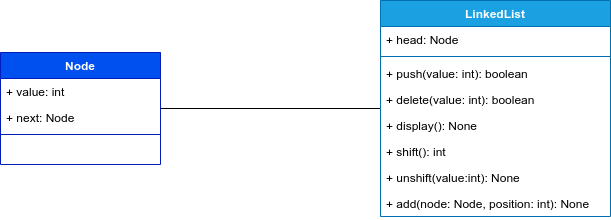
Above: diagram.drawio.png in pabloperezmartinez/python_linked_list (draw.io), before the change. Source tidied: cells renumbered, new cells last; positions are measured from the earlier drawing's top-left corner, leaving out a move shared by most shapes.
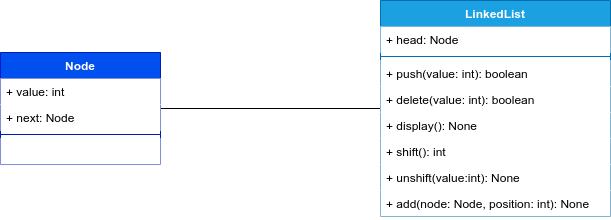
The same diagram one commit later.

Commit message:
Se colorea diagrama para mostrar mejor en modo oscuro

Change to the diagram source:
```diff
@@ -5,46 +5,46 @@
     <mxCell id="2" style="edgeStyle=none;html=1;endArrow=none;endFill=0;" parent="1" edge="1" source="3" target="8">
       <mxGeometry relative="1" as="geometry" />
     </mxCell>
-    <mxCell id="3" value="Node" style="swimlane;fontStyle=1;align=center;verticalAlign=top;horizontal=1;startSize=26;fillColor=#0050ef;fontColor=#ffffff;strokeColor=#001DBC;" parent="1" vertex="1">
+    <mxCell id="3" value="Node" style="swimlane;fontStyle=1;align=center;verticalAlign=top;horizontal=1;startSize=26;fillColor=#0050ef;fontColor=#ffffff;strokeColor=#001DBC;gradientColor=none;" parent="1" vertex="1">
       <mxGeometry y="52" width="160" height="112" as="geometry" />
     </mxCell>
-    <mxCell id="4" value="+ value: int" style="text;strokeColor=none;fillColor=none;align=left;verticalAlign=top;spacingLeft=4;spacingRight=4;overflow=hidden;" parent="3" vertex="1">
+    <mxCell id="4" value="+ value: int" style="text;strokeColor=none;fillColor=#FFFFFF;align=left;verticalAlign=top;spacingLeft=4;spacingRight=4;overflow=hidden;fontColor=#000;" parent="3" vertex="1">
       <mxGeometry y="26" width="160" height="26" as="geometry" />
     </mxCell>
-    <mxCell id="5" value="+ next: Node" style="text;strokeColor=none;fillColor=none;align=left;verticalAlign=top;spacingLeft=4;spacingRight=4;overflow=hidden;" parent="3" vertex="1">
+    <mxCell id="5" value="+ next: Node" style="text;strokeColor=none;fillColor=#FFFFFF;align=left;verticalAlign=top;spacingLeft=4;spacingRight=4;overflow=hidden;fontColor=#000;" parent="3" vertex="1">
       <mxGeometry y="52" width="160" height="26" as="geometry" />
     </mxCell>
     <mxCell id="6" style="line;strokeWidth=1;fillColor=none;align=left;verticalAlign=middle;spacingTop=-1;spacingLeft=3;spacingRight=3;labelPosition=right;strokeColor=inherit;" parent="3" vertex="1">
       <mxGeometry y="78" width="160" height="8" as="geometry" />
     </mxCell>
-    <mxCell id="7" value="   " style="text;strokeColor=none;fillColor=none;align=left;verticalAlign=top;spacingLeft=4;spacingRight=4;overflow=hidden;" parent="3" vertex="1">
+    <mxCell id="7" value="   " style="text;strokeColor=none;fillColor=#FFFFFF;align=left;verticalAlign=top;spacingLeft=4;spacingRight=4;overflow=hidden;" parent="3" vertex="1">
       <mxGeometry y="86" width="160" height="26" as="geometry" />
     </mxCell>
     <mxCell id="8" value="LinkedList" style="swimlane;fontStyle=1;align=center;verticalAlign=top;horizontal=1;startSize=26;fillColor=#1ba1e2;fontColor=#ffffff;strokeColor=#006EAF;" parent="1" vertex="1">
       <mxGeometry x="380" width="230" height="216" as="geometry" />
     </mxCell>
-    <mxCell id="9" value="+ head: Node" style="text;strokeColor=none;fillColor=none;align=left;verticalAlign=top;spacingLeft=4;spacingRight=4;overflow=hidden;" parent="8" vertex="1">
+    <mxCell id="9" value="+ head: Node" style="text;strokeColor=none;fillColor=#FFFFFF;align=left;verticalAlign=top;spacingLeft=4;spacingRight=4;overflow=hidden;fontColor=#000000;" parent="8" vertex="1">
       <mxGeometry y="26" width="230" height="26" as="geometry" />
     </mxCell>
     <mxCell id="10" style="line;strokeWidth=1;fillColor=none;align=left;verticalAlign=middle;spacingTop=-1;spacingLeft=3;spacingRight=3;labelPosition=right;strokeColor=inherit;" parent="8" vertex="1">
       <mxGeometry y="52" width="230" height="8" as="geometry" />
     </mxCell>
-    <mxCell id="11" value="+ push(value: int): boolean" style="text;strokeColor=none;fillColor=none;align=left;verticalAlign=top;spacingLeft=4;spacingRight=4;overflow=hidden;" parent="8" vertex="1">
+    <mxCell id="11" value="+ push(value: int): boolean" style="text;strokeColor=none;fillColor=#FFFFFF;align=left;verticalAlign=top;spacingLeft=4;spacingRight=4;overflow=hidden;fontColor=#000000;" parent="8" vertex="1">
       <mxGeometry y="60" width="230" height="26" as="geometry" />
     </mxCell>
-    <mxCell id="12" value="+ delete(value: int): boolean" style="text;strokeColor=none;fillColor=none;align=left;verticalAlign=top;spacingLeft=4;spacingRight=4;overflow=hidden;" parent="8" vertex="1">
+    <mxCell id="12" value="+ delete(value: int): boolean" style="text;strokeColor=none;fillColor=#FFFFFF;align=left;verticalAlign=top;spacingLeft=4;spacingRight=4;overflow=hidden;fontColor=#000000;" parent="8" vertex="1">
       <mxGeometry y="86" width="230" height="26" as="geometry" />
     </mxCell>
-    <mxCell id="13" value="+ display(): None" style="text;strokeColor=none;fillColor=none;align=left;verticalAlign=top;spacingLeft=4;spacingRight=4;overflow=hidden;" parent="8" vertex="1">
+    <mxCell id="13" value="+ display(): None" style="text;strokeColor=none;fillColor=#FFFFFF;align=left;verticalAlign=top;spacingLeft=4;spacingRight=4;overflow=hidden;fontColor=#000000;" parent="8" vertex="1">
       <mxGeometry y="112" width="230" height="26" as="geometry" />
     </mxCell>
-    <mxCell id="14" value="+ shift(): int" style="text;strokeColor=none;fillColor=none;align=left;verticalAlign=top;spacingLeft=4;spacingRight=4;overflow=hidden;" parent="8" vertex="1">
+    <mxCell id="14" value="+ shift(): int" style="text;strokeColor=none;fillColor=#FFFFFF;align=left;verticalAlign=top;spacingLeft=4;spacingRight=4;overflow=hidden;fontColor=#000000;" parent="8" vertex="1">
       <mxGeometry y="138" width="230" height="26" as="geometry" />
     </mxCell>
-    <mxCell id="15" value="+ unshift(value:int): None" style="text;strokeColor=none;fillColor=none;align=left;verticalAlign=top;spacingLeft=4;spacingRight=4;overflow=hidden;" parent="8" vertex="1">
+    <mxCell id="15" value="+ unshift(value:int): None" style="text;strokeColor=none;fillColor=#FFFFFF;align=left;verticalAlign=top;spacingLeft=4;spacingRight=4;overflow=hidden;fontColor=#000000;" parent="8" vertex="1">
       <mxGeometry y="164" width="230" height="26" as="geometry" />
     </mxCell>
-    <mxCell id="16" value="+ add(node: Node, position: int): None" style="text;strokeColor=none;fillColor=none;align=left;verticalAlign=top;spacingLeft=4;spacingRight=4;overflow=hidden;" parent="8" vertex="1">
+    <mxCell id="16" value="+ add(node: Node, position: int): None" style="text;strokeColor=none;fillColor=#FFFFFF;align=left;verticalAlign=top;spacingLeft=4;spacingRight=4;overflow=hidden;fontColor=#000000;" parent="8" vertex="1">
       <mxGeometry y="190" width="230" height="26" as="geometry" />
     </mxCell>
   </root>
```
